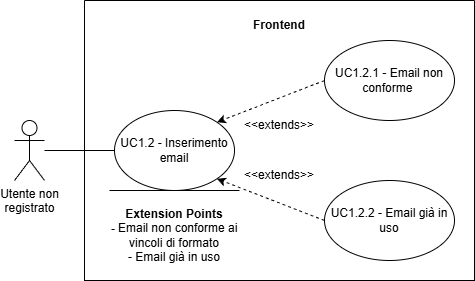
Before: assets/diagrams/UC1_2.png, a diagram exported from draw.io (SkarabGroup/DocumentazioneProgetto). Source tidied: cells renumbered, new cells last; positions are measured from the earlier drawing's top-left corner, leaving out a move shared by most shapes.
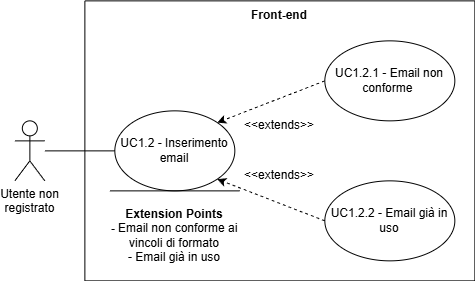
After the commit.

The edit, as a diff of the source:
```diff
@@ -5,40 +5,40 @@
     <mxCell id="2" value="Utente non &lt;br&gt;registrato" style="shape=umlActor;verticalLabelPosition=bottom;verticalAlign=top;html=1;outlineConnect=0;" parent="1" vertex="1">
       <mxGeometry y="120" width="30" height="60" as="geometry" />
     </mxCell>
-    <mxCell id="3" style="swimlane;startSize=0;" parent="1" vertex="1">
-      <mxGeometry x="70" width="390" height="280" as="geometry" />
-    </mxCell>
-    <mxCell id="4" value="Frontend" style="text;html=1;whiteSpace=wrap;strokeColor=none;fillColor=none;align=center;verticalAlign=middle;rounded=0;fontStyle=1;" parent="3" vertex="1">
-      <mxGeometry x="165" y="10" width="60" height="30" as="geometry" />
-    </mxCell>
+    <mxCell id="15" style="swimlane;startSize=0;" parent="1" vertex="1">
+      <mxGeometry x="70" width="390" height="280" as="geometry" />
+    </mxCell>
+    <mxCell id="16" value="Front-end" style="text;html=1;whiteSpace=wrap;strokeColor=none;fillColor=none;align=center;verticalAlign=middle;rounded=0;fontStyle=1;" parent="15" vertex="1">
+      <mxGeometry x="165" width="60" height="30" as="geometry" />
+    </mxCell>
-    <mxCell id="5" value="UC1.2 - Inserimento email" style="ellipse;html=1;whiteSpace=wrap;" parent="3" vertex="1">
+    <mxCell id="5" value="UC1.2 - Inserimento email" style="ellipse;html=1;whiteSpace=wrap;" parent="15" vertex="1">
       <mxGeometry x="30" y="110" width="120" height="80" as="geometry" />
     </mxCell>
-    <mxCell id="6" value="UC1.2.1 - Email non conforme&amp;nbsp;" style="ellipse;whiteSpace=wrap;html=1;" parent="3" vertex="1">
+    <mxCell id="6" value="UC1.2.1 - Email non conforme&amp;nbsp;" style="ellipse;whiteSpace=wrap;html=1;" parent="15" vertex="1">
       <mxGeometry x="240" y="40" width="130" height="80" as="geometry" />
     </mxCell>
-    <mxCell id="7" value="UC1.2.2 - Email già in uso" style="ellipse;whiteSpace=wrap;html=1;" parent="3" vertex="1">
+    <mxCell id="7" value="UC1.2.2 - Email già in uso" style="ellipse;whiteSpace=wrap;html=1;" parent="15" vertex="1">
       <mxGeometry x="240" y="180" width="130" height="80" as="geometry" />
     </mxCell>
-    <mxCell id="8" style="endArrow=classic;html=1;rounded=0;exitX=0;exitY=0.5;exitDx=0;exitDy=0;entryX=1;entryY=0;entryDx=0;entryDy=0;dashed=1;endFill=1;" parent="3" edge="1" source="6" target="5">
+    <mxCell id="8" style="endArrow=classic;html=1;rounded=0;exitX=0;exitY=0.5;exitDx=0;exitDy=0;entryX=1;entryY=0;entryDx=0;entryDy=0;dashed=1;endFill=1;" parent="15" edge="1" source="6" target="5">
       <mxGeometry relative="1" as="geometry" />
     </mxCell>
-    <mxCell id="9" style="endArrow=classic;html=1;rounded=0;exitX=0;exitY=0.5;exitDx=0;exitDy=0;entryX=1;entryY=1;entryDx=0;entryDy=0;dashed=1;endFill=1;" parent="3" edge="1" source="7" target="5">
+    <mxCell id="9" style="endArrow=classic;html=1;rounded=0;exitX=0;exitY=0.5;exitDx=0;exitDy=0;entryX=1;entryY=1;entryDx=0;entryDy=0;dashed=1;endFill=1;" parent="15" edge="1" source="7" target="5">
       <mxGeometry relative="1" as="geometry" />
     </mxCell>
-    <mxCell id="10" style="endArrow=none;html=1;rounded=0;" parent="3" edge="1">
-      <mxGeometry relative="1" as="geometry">
-        <mxPoint x="25" y="190" as="sourcePoint" />
-        <mxPoint x="155" y="190" as="targetPoint" />
-      </mxGeometry>
-    </mxCell>
+    <mxCell id="17" style="endArrow=none;html=1;rounded=0;" parent="15" edge="1">
+      <mxGeometry relative="1" as="geometry">
+        <mxPoint x="25" y="190" as="sourcePoint" />
+        <mxPoint x="155" y="190" as="targetPoint" />
+      </mxGeometry>
+    </mxCell>
-    <mxCell id="11" value="&lt;b&gt;Extension Points&lt;/b&gt;&lt;div&gt;&lt;b&gt;- &lt;/b&gt;Email non conforme ai vincoli di formato&lt;/div&gt;&lt;div&gt;- Email già in uso&lt;/div&gt;" style="text;html=1;whiteSpace=wrap;strokeColor=none;fillColor=none;align=center;verticalAlign=middle;rounded=0;" parent="3" vertex="1">
+    <mxCell id="11" value="&lt;b&gt;Extension Points&lt;/b&gt;&lt;div&gt;&lt;b&gt;- &lt;/b&gt;Email non conforme ai vincoli di formato&lt;/div&gt;&lt;div&gt;- Email già in uso&lt;/div&gt;" style="text;html=1;whiteSpace=wrap;strokeColor=none;fillColor=none;align=center;verticalAlign=middle;rounded=0;" parent="15" vertex="1">
       <mxGeometry x="20" y="190" width="140" height="90" as="geometry" />
     </mxCell>
-    <mxCell id="12" value="&amp;lt;&amp;lt;extends&amp;gt;&amp;gt;" style="text;html=1;whiteSpace=wrap;strokeColor=none;fillColor=none;align=center;verticalAlign=middle;rounded=0;" parent="3" vertex="1">
+    <mxCell id="12" value="&amp;lt;&amp;lt;extends&amp;gt;&amp;gt;" style="text;html=1;whiteSpace=wrap;strokeColor=none;fillColor=none;align=center;verticalAlign=middle;rounded=0;" parent="15" vertex="1">
       <mxGeometry x="165" y="160" width="60" height="30" as="geometry" />
     </mxCell>
-    <mxCell id="13" value="&amp;lt;&amp;lt;extends&amp;gt;&amp;gt;" style="text;html=1;whiteSpace=wrap;strokeColor=none;fillColor=none;align=center;verticalAlign=middle;rounded=0;" parent="3" vertex="1">
+    <mxCell id="13" value="&amp;lt;&amp;lt;extends&amp;gt;&amp;gt;" style="text;html=1;whiteSpace=wrap;strokeColor=none;fillColor=none;align=center;verticalAlign=middle;rounded=0;" parent="15" vertex="1">
       <mxGeometry x="165" y="110" width="60" height="30" as="geometry" />
     </mxCell>
     <mxCell id="14" style="endArrow=none;html=1;rounded=0;entryX=0;entryY=0.5;entryDx=0;entryDy=0;" parent="1" edge="1" source="2" target="5">
```
